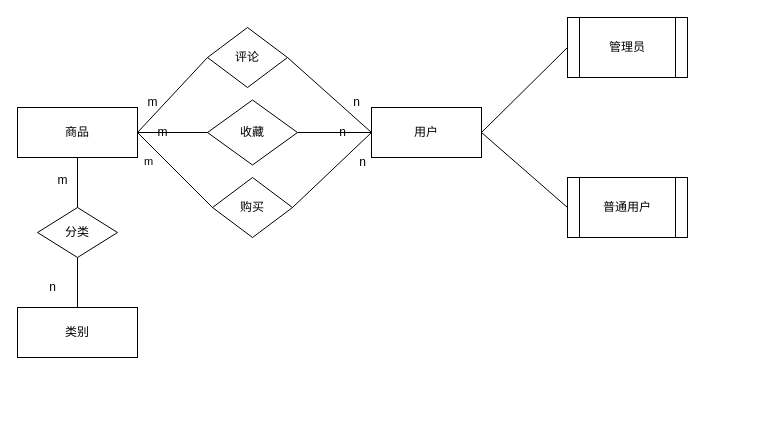
Above: 数据库实体-联系图.drawio in hnistzzm/- (draw.io), before the change. Source tidied: cells renumbered, new cells numbered last; positions are measured from the earlier drawing's top-left corner, leaving out a move shared by most shapes. Both pictures are drawn from the tidied source at 100%, with x=0, y=0 at pixel (17, 17).
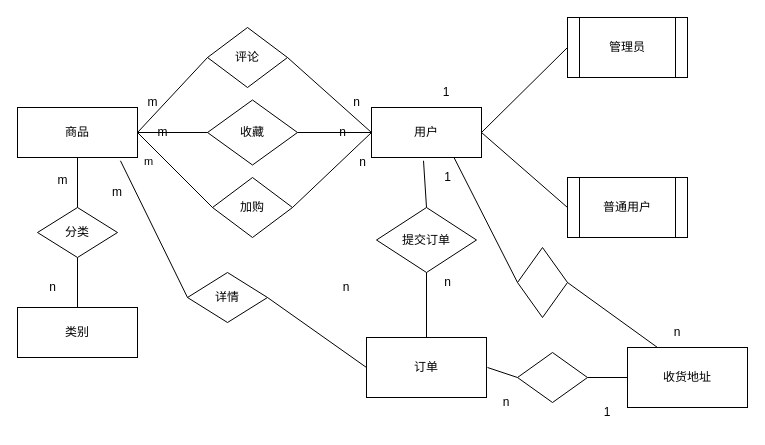
After the change.

Commit message:
更新数据库实体-联系图.drawio

Unchanged cells that the change refers to:
```xml
<mxCell id="2" value="用户" style="rounded=0;whiteSpace=wrap;html=1;" parent="1" vertex="1">
  <mxGeometry x="354" y="90" width="110" height="50" as="geometry" />
</mxCell>
<mxCell id="3" value="商品" style="rounded=0;whiteSpace=wrap;html=1;" parent="1" vertex="1">
  <mxGeometry y="90" width="120" height="50" as="geometry" />
</mxCell>
```

Change to the diagram source:
```diff
@@
-    <mxCell id="27" value="购买" style="rhombus;whiteSpace=wrap;html=1;" parent="1" vertex="1">
+    <mxCell id="27" value="加购" style="rhombus;whiteSpace=wrap;html=1;" parent="1" vertex="1">
       <mxGeometry x="195" y="160" width="80" height="60" as="geometry" />
     </mxCell>
@@
+    <mxCell id="32" value="订单" style="rounded=0;whiteSpace=wrap;html=1;" parent="1" vertex="1">
+      <mxGeometry x="349" y="320" width="120" height="60" as="geometry" />
+    </mxCell>
+    <mxCell id="33" value="1" style="text;html=1;align=center;verticalAlign=middle;points=[];strokeColor=none;fillColor=none;" parent="1" vertex="1">
+      <mxGeometry x="415" y="145" width="30" height="30" as="geometry" />
+    </mxCell>
+    <mxCell id="34" value="n" style="text;html=1;align=center;verticalAlign=middle;strokeColor=none;fillColor=none;" parent="1" vertex="1">
+      <mxGeometry x="415" y="250" width="30" height="30" as="geometry" />
+    </mxCell>
+    <mxCell id="35" value="提交订单" style="rhombus;whiteSpace=wrap;html=1;" parent="1" vertex="1">
+      <mxGeometry x="359" y="190" width="100" height="65" as="geometry" />
+    </mxCell>
+    <mxCell id="36" style="endArrow=none;html=1;rounded=0;exitX=0.5;exitY=0;exitDx=0;exitDy=0;entryX=-0.3;entryY=-0.058;entryDx=0;entryDy=0;entryPerimeter=0;" parent="1" edge="1" source="35" target="33">
+      <mxGeometry relative="1" as="geometry" />
+    </mxCell>
+    <mxCell id="37" style="endArrow=none;html=1;rounded=0;entryX=0.5;entryY=1;entryDx=0;entryDy=0;exitX=0.5;exitY=0;exitDx=0;exitDy=0;" parent="1" edge="1" source="32" target="35">
+      <mxGeometry relative="1" as="geometry" />
+    </mxCell>
+    <mxCell id="38" value="详情" style="rhombus;whiteSpace=wrap;html=1;" parent="1" vertex="1">
+      <mxGeometry x="170" y="255" width="80" height="50" as="geometry" />
+    </mxCell>
+    <mxCell id="39" style="endArrow=none;html=1;rounded=0;entryX=0;entryY=0.5;entryDx=0;entryDy=0;exitX=1;exitY=0.5;exitDx=0;exitDy=0;" parent="1" edge="1" source="38" target="32">
+      <mxGeometry relative="1" as="geometry" />
+    </mxCell>
+    <mxCell id="40" style="endArrow=none;html=1;rounded=0;entryX=0;entryY=0.5;entryDx=0;entryDy=0;exitX=0.858;exitY=1.065;exitDx=0;exitDy=0;exitPerimeter=0;" parent="1" edge="1" source="3" target="38">
+      <mxGeometry relative="1" as="geometry" />
+    </mxCell>
+    <mxCell id="41" value="n" style="text;html=1;strokeColor=none;fillColor=none;align=center;verticalAlign=middle;whiteSpace=wrap;rounded=0;" parent="1" vertex="1">
+      <mxGeometry x="299" y="255" width="60" height="30" as="geometry" />
+    </mxCell>
+    <mxCell id="42" value="m" style="text;html=1;strokeColor=none;fillColor=none;align=center;verticalAlign=middle;whiteSpace=wrap;rounded=0;" parent="1" vertex="1">
+      <mxGeometry x="70" y="160" width="60" height="30" as="geometry" />
+    </mxCell>
+    <mxCell id="43" value="收货地址" style="rounded=0;whiteSpace=wrap;html=1;" parent="1" vertex="1">
+      <mxGeometry x="610" y="330" width="120" height="60" as="geometry" />
+    </mxCell>
+    <mxCell id="44" style="rhombus;whiteSpace=wrap;html=1;rotation=90;" parent="1" vertex="1">
+      <mxGeometry x="490" y="240" width="70" height="50" as="geometry" />
+    </mxCell>
+    <mxCell id="45" style="endArrow=none;html=1;rounded=0;exitX=0.5;exitY=0;exitDx=0;exitDy=0;entryX=0.25;entryY=0;entryDx=0;entryDy=0;" parent="1" edge="1" source="44" target="43">
+      <mxGeometry relative="1" as="geometry" />
+    </mxCell>
+    <mxCell id="46" style="endArrow=none;html=1;rounded=0;exitX=0.75;exitY=1;exitDx=0;exitDy=0;entryX=0.5;entryY=1;entryDx=0;entryDy=0;" parent="1" edge="1" source="2" target="44">
+      <mxGeometry relative="1" as="geometry" />
+    </mxCell>
+    <mxCell id="47" value="1" style="text;html=1;strokeColor=none;fillColor=none;align=center;verticalAlign=middle;whiteSpace=wrap;rounded=0;" parent="1" vertex="1">
+      <mxGeometry x="399" y="60" width="60" height="30" as="geometry" />
+    </mxCell>
+    <mxCell id="48" value="n" style="text;html=1;strokeColor=none;fillColor=none;align=center;verticalAlign=middle;whiteSpace=wrap;rounded=0;" parent="1" vertex="1">
+      <mxGeometry x="630" y="300" width="60" height="30" as="geometry" />
+    </mxCell>
+    <mxCell id="49" style="rhombus;whiteSpace=wrap;html=1;" parent="1" vertex="1">
+      <mxGeometry x="500" y="335" width="70" height="50" as="geometry" />
+    </mxCell>
+    <mxCell id="50" style="endArrow=none;html=1;rounded=0;" parent="1" edge="1">
+      <mxGeometry relative="1" as="geometry">
+        <mxPoint x="470" y="350" as="sourcePoint" />
+        <mxPoint x="500" y="360" as="targetPoint" />
+      </mxGeometry>
+    </mxCell>
+    <mxCell id="51" style="endArrow=none;html=1;rounded=0;entryX=0;entryY=0.5;entryDx=0;entryDy=0;exitX=1;exitY=0.5;exitDx=0;exitDy=0;" parent="1" edge="1" source="49" target="43">
+      <mxGeometry relative="1" as="geometry" />
+    </mxCell>
+    <mxCell id="52" value="1" style="text;html=1;strokeColor=none;fillColor=none;align=center;verticalAlign=middle;whiteSpace=wrap;rounded=0;" parent="1" vertex="1">
+      <mxGeometry x="560" y="380" width="60" height="30" as="geometry" />
+    </mxCell>
+    <mxCell id="53" value="n" style="text;html=1;strokeColor=none;fillColor=none;align=center;verticalAlign=middle;whiteSpace=wrap;rounded=0;" parent="1" vertex="1">
+      <mxGeometry x="459" y="370" width="60" height="30" as="geometry" />
+    </mxCell>
```
